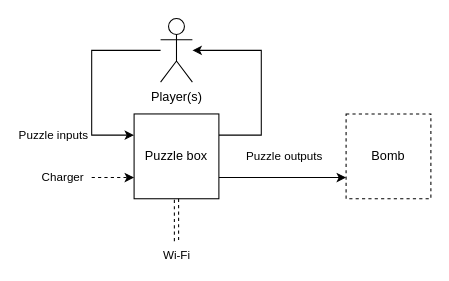
This is page "system-top" (3 of 12) of docs/figs.drawio from lonkaars/puzzelbox, a draw.io file, before an edit. Source tidied: cells renumbered, new cells numbered last; positions are measured from the earlier drawing's top-left corner, leaving out a move shared by most shapes. Both pictures are drawn from the tidied source at 106%, with x=0, y=0 at pixel (91, 18).
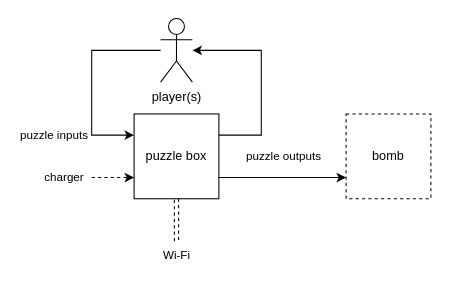
The same page after the edit.

The edit, as a diff of the source:
```diff
@@
 <mxGraphModel>
   <root>
     <mxCell id="0" />
     <mxCell id="1" parent="0" />
-    <mxCell id="2" value="Puzzle outputs" style="edgeStyle=orthogonalEdgeStyle;rounded=0;jettySize=auto;html=1;labelPosition=right;verticalLabelPosition=middle;align=left;verticalAlign=middle;spacing=8;fontFamily=Arial;" parent="1" edge="1" source="4" target="6">
-      <mxGeometry x="-0.8" y="-20" relative="1" as="geometry">
+    <mxCell id="2" value="puzzle outputs" style="edgeStyle=orthogonalEdgeStyle;rounded=0;jettySize=auto;html=1;labelPosition=right;verticalLabelPosition=middle;align=left;verticalAlign=middle;spacing=8;fontFamily=Arial;" parent="1" edge="1" source="4" target="6">
+      <mxGeometry x="-0.81" y="-20" relative="1" as="geometry">
         <Array as="points">
           <mxPoint x="160" y="110" />
           <mxPoint x="160" y="30" />
         </Array>
       </mxGeometry>
     </mxCell>
     <mxCell id="3" style="edgeStyle=orthogonalEdgeStyle;rounded=0;jettySize=auto;html=1;fontFamily=Arial;" parent="1" edge="1" source="4" target="9">
       <mxGeometry relative="1" as="geometry">
         <Array as="points">
           <mxPoint x="150" y="150" />
           <mxPoint x="150" y="150" />
         </Array>
       </mxGeometry>
     </mxCell>
-    <mxCell id="4" value="Puzzle box" style="rounded=0;whiteSpace=wrap;html=1;fontFamily=Arial;" parent="1" vertex="1">
+    <mxCell id="4" value="puzzle box" style="rounded=0;whiteSpace=wrap;html=1;fontFamily=Arial;" parent="1" vertex="1">
       <mxGeometry x="40" y="90" width="80" height="80" as="geometry" />
     </mxCell>
-    <mxCell id="5" value="Puzzle inputs" style="endArrow=classic;html=1;rounded=0;edgeStyle=orthogonalEdgeStyle;elbow=vertical;labelPosition=left;verticalLabelPosition=middle;align=right;verticalAlign=middle;spacing=8;fontFamily=Arial;" parent="1" edge="1" source="6" target="4">
+    <mxCell id="5" value="puzzle inputs" style="endArrow=classic;html=1;rounded=0;edgeStyle=orthogonalEdgeStyle;elbow=vertical;labelPosition=left;verticalLabelPosition=middle;align=right;verticalAlign=middle;spacing=8;fontFamily=Arial;" parent="1" edge="1" source="6" target="4">
       <mxGeometry x="0.61" relative="1" as="geometry">
         <Array as="points">
           <mxPoint y="30" />
           <mxPoint y="110" />
         </Array>
       </mxGeometry>
     </mxCell>
-    <mxCell id="6" value="Player(s)" style="shape=umlActor;verticalLabelPosition=bottom;verticalAlign=top;html=1;outlineConnect=0;fontFamily=Arial;" parent="1" vertex="1">
+    <mxCell id="6" value="player(s)" style="shape=umlActor;verticalLabelPosition=bottom;verticalAlign=top;html=1;outlineConnect=0;fontFamily=Arial;" parent="1" vertex="1">
       <mxGeometry x="65" width="30" height="60" as="geometry" />
     </mxCell>
-    <mxCell id="7" value="Charger" style="endArrow=classic;html=1;rounded=0;edgeStyle=elbowEdgeStyle;elbow=vertical;labelPosition=left;verticalLabelPosition=middle;align=right;verticalAlign=middle;dashed=1;spacing=8;fontFamily=Arial;" parent="1" edge="1" target="4">
+    <mxCell id="7" value="charger" style="endArrow=classic;html=1;rounded=0;edgeStyle=elbowEdgeStyle;elbow=vertical;labelPosition=left;verticalLabelPosition=middle;align=right;verticalAlign=middle;dashed=1;spacing=8;fontFamily=Arial;" parent="1" edge="1" target="4">
       <mxGeometry x="-1" relative="1" as="geometry">
         <mxPoint y="150" as="sourcePoint" />
       </mxGeometry>
     </mxCell>
     <mxCell id="8" value="Wi-Fi" style="shape=link;html=1;rounded=0;edgeStyle=orthogonalEdgeStyle;dashed=1;labelPosition=center;verticalLabelPosition=bottom;align=center;verticalAlign=top;fontFamily=Arial;" parent="1" edge="1" source="4">
       <mxGeometry x="1" relative="1" as="geometry">
         <mxPoint x="80" y="210" as="targetPoint" />
       </mxGeometry>
     </mxCell>
-    <mxCell id="9" value="Bomb" style="rounded=0;whiteSpace=wrap;html=1;dashed=1;fontFamily=Arial;" parent="1" vertex="1">
+    <mxCell id="9" value="bomb" style="rounded=0;whiteSpace=wrap;html=1;dashed=1;fontFamily=Arial;" parent="1" vertex="1">
       <mxGeometry x="240" y="90" width="80" height="80" as="geometry" />
     </mxCell>
   </root>
 </mxGraphModel>
```
